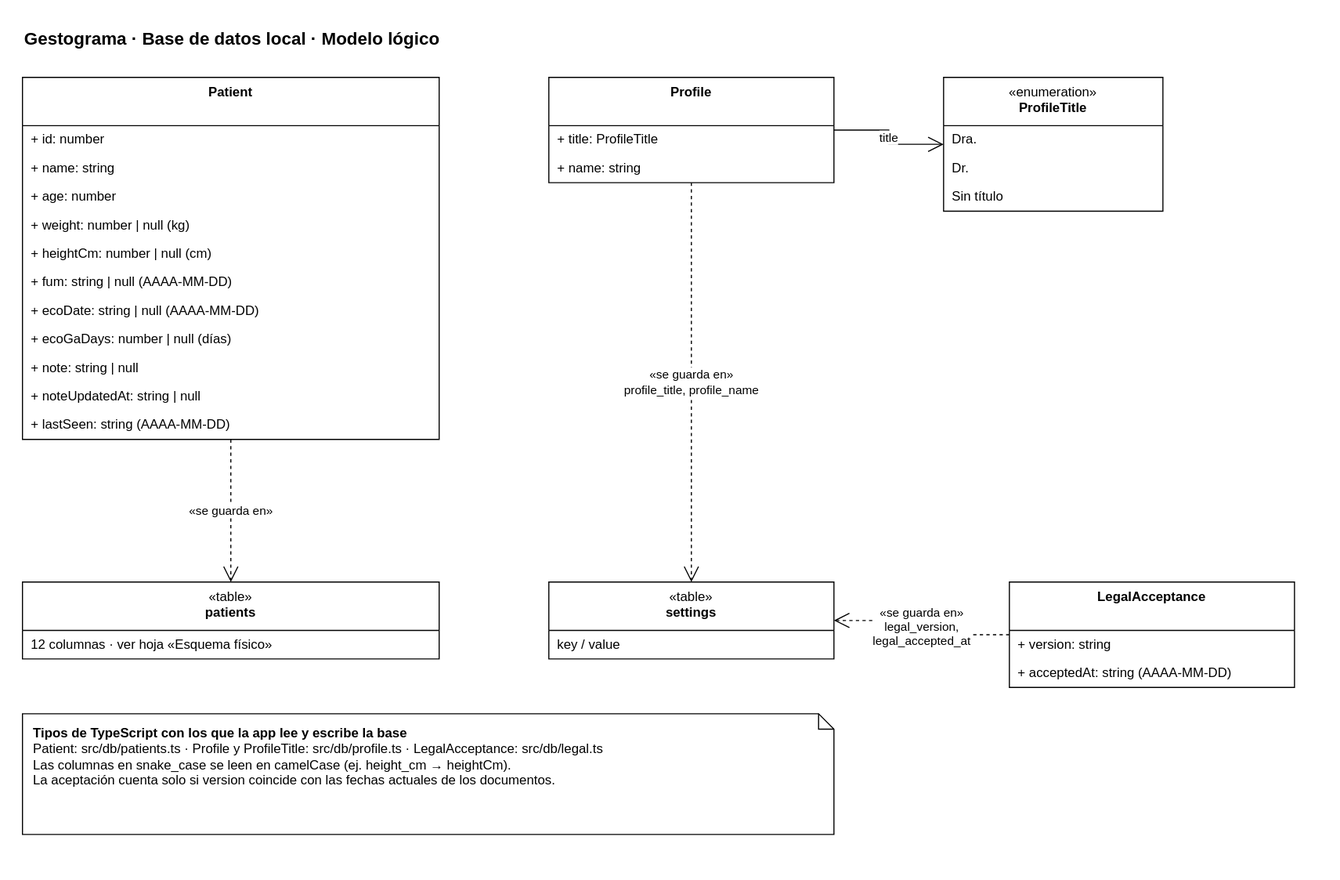
The draw.io diagram docs/base-de-datos-modelo-logico.drawio.svg in bautistaribotta/gestoapp, before a commit. Source tidied: cells renumbered, new cells last; positions are measured from the earlier drawing's top-left corner, leaving out a move shared by most shapes.
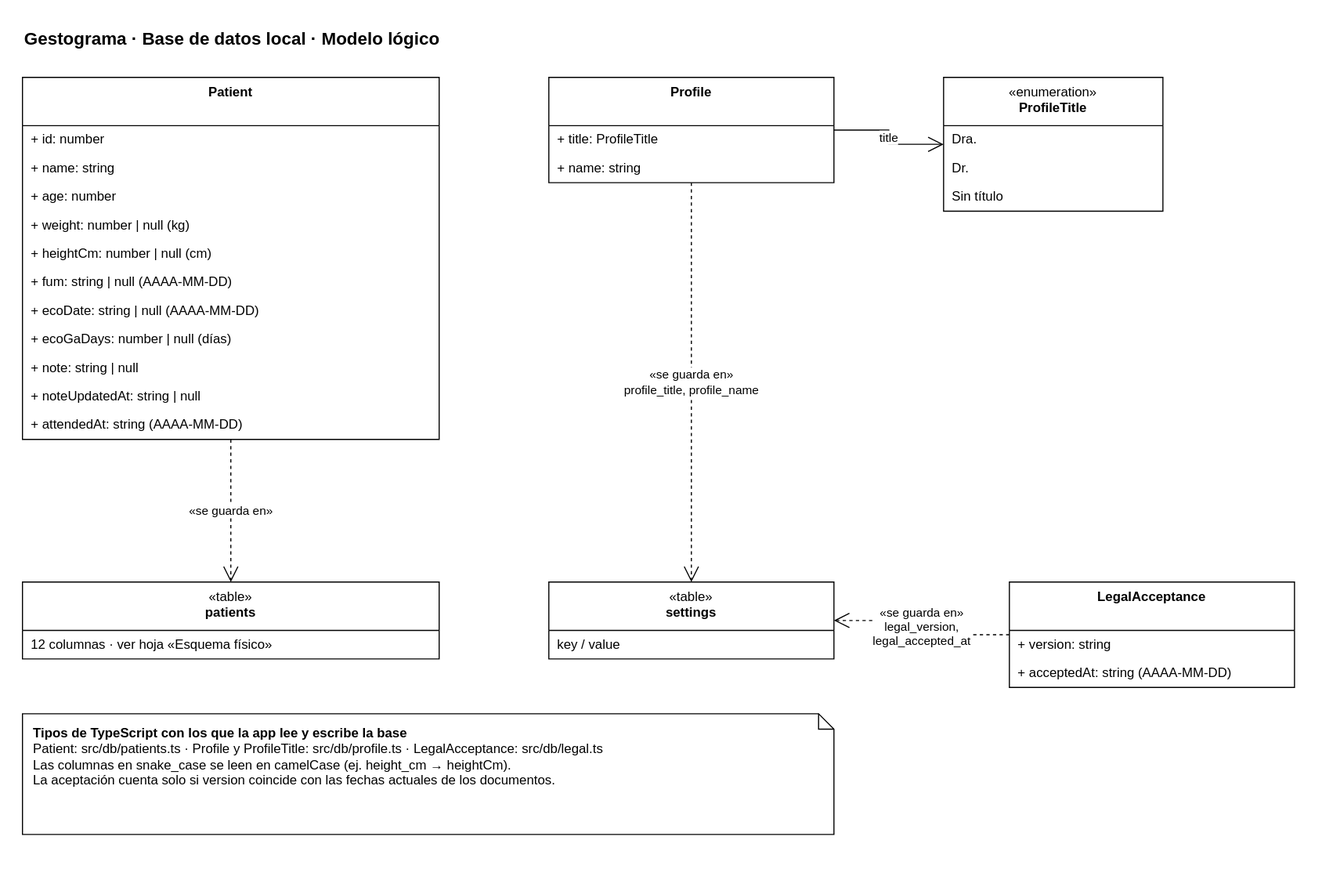
The same diagram one commit later.

Change to the diagram source:
```diff
@@ -38,7 +38,7 @@
     <mxCell id="13" value="+ noteUpdatedAt: string | null" style="text;strokeColor=none;fillColor=none;align=left;verticalAlign=middle;spacingLeft=6;spacingRight=4;overflow=hidden;html=1;whiteSpace=wrap;" parent="3" vertex="1">
       <mxGeometry y="278" width="380" height="26" as="geometry" />
     </mxCell>
-    <mxCell id="14" value="+ lastSeen: string  (AAAA-MM-DD)" style="text;strokeColor=none;fillColor=none;align=left;verticalAlign=middle;spacingLeft=6;spacingRight=4;overflow=hidden;html=1;whiteSpace=wrap;" parent="3" vertex="1">
+    <mxCell id="14" value="+ attendedAt: string  (AAAA-MM-DD)" style="text;strokeColor=none;fillColor=none;align=left;verticalAlign=middle;spacingLeft=6;spacingRight=4;overflow=hidden;html=1;whiteSpace=wrap;" parent="3" vertex="1">
       <mxGeometry y="304" width="380" height="26" as="geometry" />
     </mxCell>
     <mxCell id="15" value="&lt;b&gt;Profile&lt;/b&gt;" style="swimlane;fontStyle=0;align=center;verticalAlign=top;horizontal=1;startSize=44;html=1;whiteSpace=wrap;" parent="1" vertex="1">
```
